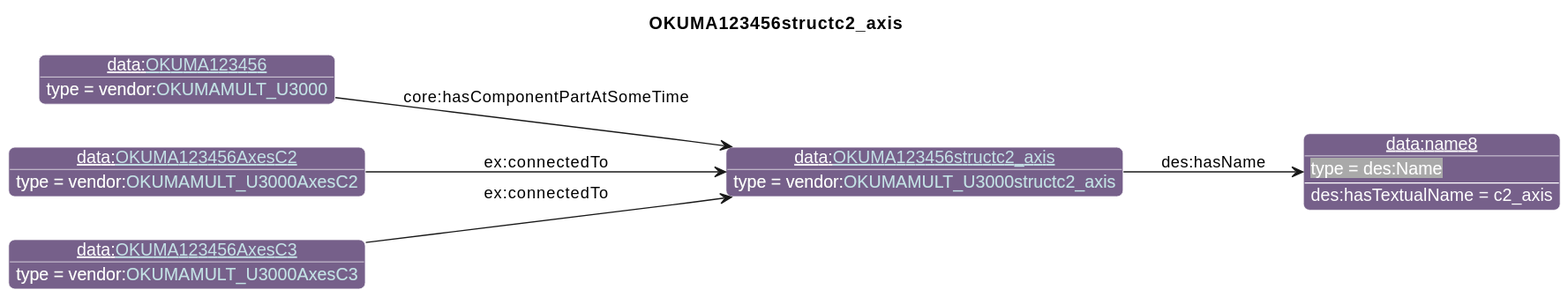
iofoundry/example-syseng-mtconnect keeps this PlantUML diagram as diagrams/OKUMA123456structc2_axis.svg. Above is the earlier version.
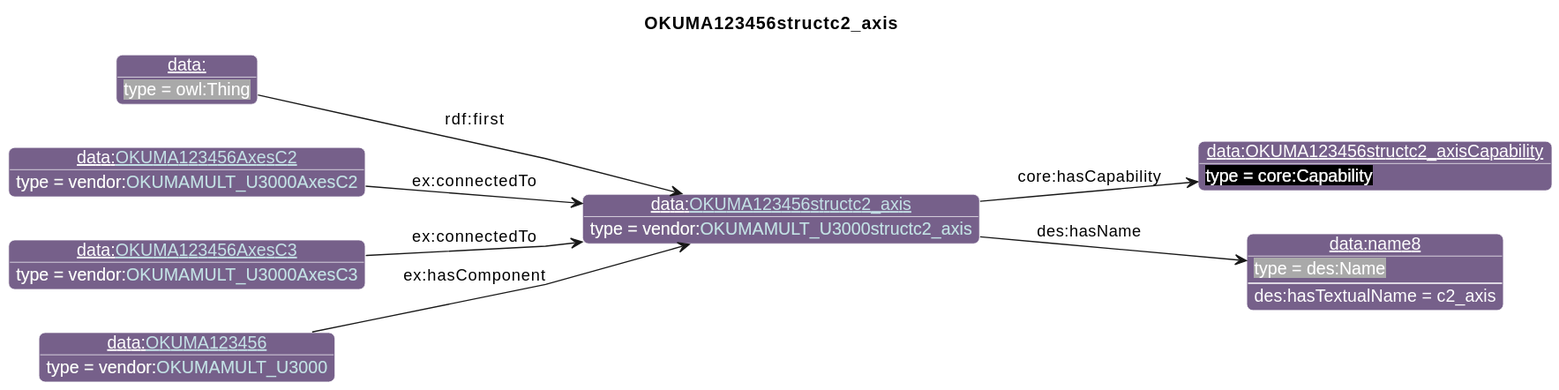
After the change.

Diff of the diagram source:
```diff
@@ -26,13 +26,17 @@
                       "qp":"641B2E"
       }
 individual(o0, data:[[./OKUMA123456structc2_axis.html OKUMA123456structc2_axis]], vendor:[[../OKUMA.html#OKUMAMULT_U3000structc2_axis OKUMAMULT_U3000structc2_axis]])
-individual(o1, data:name8, des:Name)
-individual(o2, data:[[./OKUMA123456.html OKUMA123456]], vendor:[[../OKUMA.html#OKUMAMULT_U3000 OKUMAMULT_U3000]])
-individual(o3, data:[[./OKUMA123456AxesC2.html OKUMA123456AxesC2]], vendor:[[../OKUMA.html#OKUMAMULT_U3000AxesC2 OKUMAMULT_U3000AxesC2]])
-individual(o4, data:[[./OKUMA123456AxesC3.html OKUMA123456AxesC3]], vendor:[[../OKUMA.html#OKUMAMULT_U3000AxesC3 OKUMAMULT_U3000AxesC3]])
-property(o0, "des:hasName", o1)
-data(o1, "des:hasTextualName", "c2_axis")
-property(o2, "core:hasComponentPartAtSomeTime", o0)
-property(o3, "ex:connectedTo", o0)
+individual(o1, data:OKUMA123456structc2_axisCapability, core:Capability)
+individual(o2, data:name8, des:Name)
+individual(o3, data:, owl:Thing)
+individual(o4, data:[[./OKUMA123456AxesC2.html OKUMA123456AxesC2]], vendor:[[../OKUMA.html#OKUMAMULT_U3000AxesC2 OKUMAMULT_U3000AxesC2]])
+individual(o5, data:[[./OKUMA123456AxesC3.html OKUMA123456AxesC3]], vendor:[[../OKUMA.html#OKUMAMULT_U3000AxesC3 OKUMAMULT_U3000AxesC3]])
+individual(o6, data:[[./OKUMA123456.html OKUMA123456]], vendor:[[../OKUMA.html#OKUMAMULT_U3000 OKUMAMULT_U3000]])
+property(o0, "core:hasCapability", o1)
+property(o0, "des:hasName", o2)
+data(o2, "des:hasTextualName", "c2_axis")
+property(o3, "rdf:first", o0)
 property(o4, "ex:connectedTo", o0)
+property(o5, "ex:connectedTo", o0)
+property(o6, "ex:hasComponent", o0)
 @enduml
```
